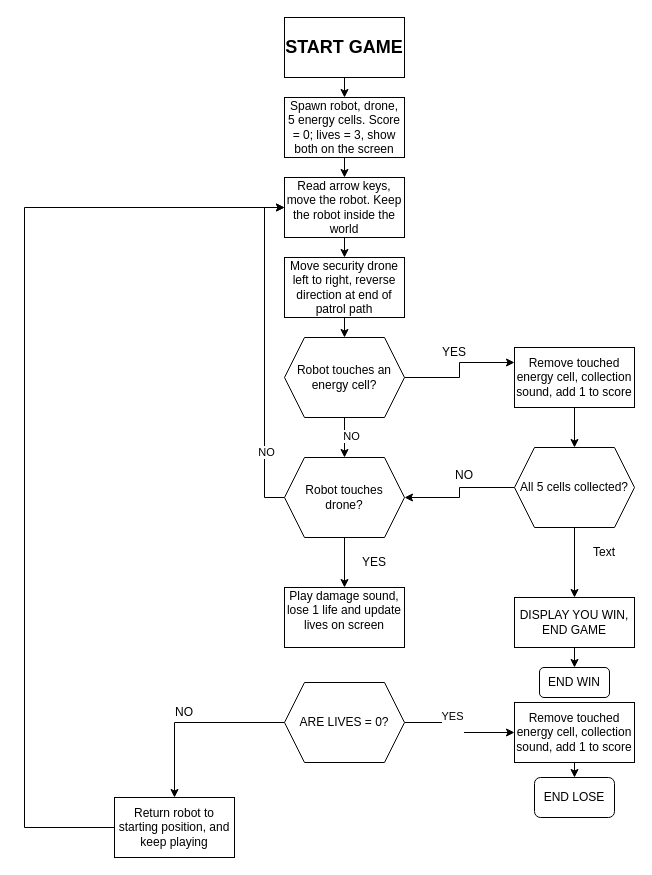
Earlier version of the draw.io diagram Static Shift Game .drawio (mandr9697/CSC170). Source tidied: cells renumbered, new cells numbered last; positions are measured from the earlier drawing's top-left corner, leaving out a move shared by most shapes. Both pictures are drawn from the tidied source at 100%, with x=0, y=0 at pixel (24, 17).
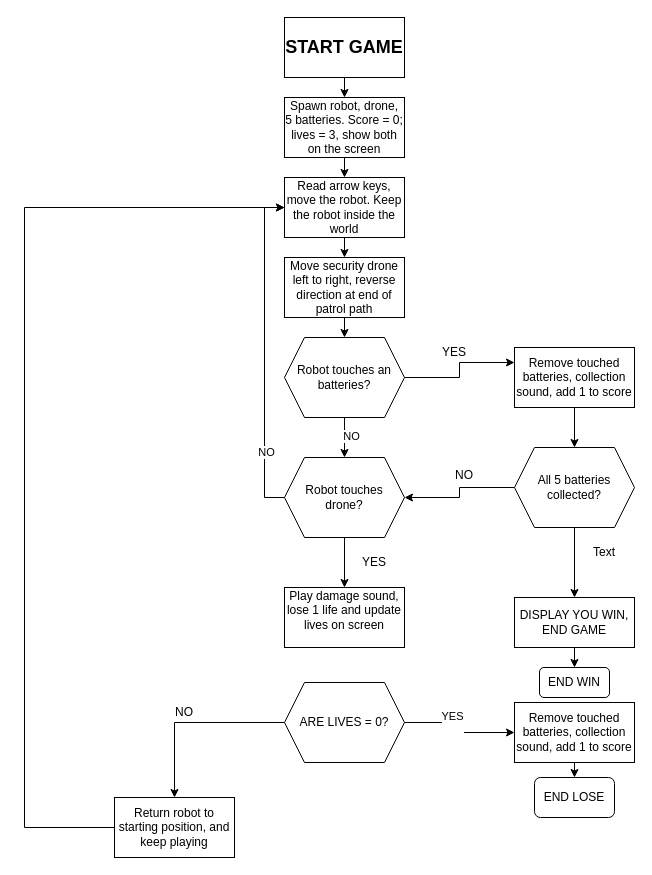
The same diagram, later.

Change to the diagram source:
```diff
@@
-    <mxCell id="5" value="Spawn robot, drone, 5 energy cells. Score = 0; lives = 3, show both on the screen" style="whiteSpace=wrap;html=1;" parent="1" vertex="1">
+    <mxCell id="5" value="Spawn robot, drone, 5 batteries. Score = 0; lives = 3, show both on the screen" style="whiteSpace=wrap;html=1;" parent="1" vertex="1">
       <mxGeometry x="260" y="80" width="120" height="60" as="geometry" />
     </mxCell>
@@
-    <mxCell id="13" value="Robot touches an energy cell?" style="shape=hexagon;perimeter=hexagonPerimeter2;whiteSpace=wrap;html=1;shapeInside=1;fixedSize=1;" parent="1" vertex="1">
+    <mxCell id="13" value="Robot touches an batteries?" style="shape=hexagon;perimeter=hexagonPerimeter2;whiteSpace=wrap;html=1;shapeInside=1;fixedSize=1;" parent="1" vertex="1">
       <mxGeometry x="260" y="320" width="120" height="80" as="geometry" />
     </mxCell>
@@
-    <mxCell id="19" value="Remove touched energy cell, collection sound, add 1 to score" style="whiteSpace=wrap;html=1;" parent="1" vertex="1">
+    <mxCell id="19" value="Remove touched batteries, collection sound, add 1 to score" style="whiteSpace=wrap;html=1;" parent="1" vertex="1">
       <mxGeometry x="490" y="330" width="120" height="60" as="geometry" />
     </mxCell>
@@
-    <mxCell id="24" value="All 5 cells collected?" style="shape=hexagon;perimeter=hexagonPerimeter2;whiteSpace=wrap;html=1;shapeInside=1;fixedSize=1;" parent="1" vertex="1">
+    <mxCell id="24" value="All 5 batteries collected?" style="shape=hexagon;perimeter=hexagonPerimeter2;whiteSpace=wrap;html=1;shapeInside=1;fixedSize=1;" parent="1" vertex="1">
       <mxGeometry x="490" y="430" width="120" height="80" as="geometry" />
     </mxCell>
@@
-    <mxCell id="36" value="Remove touched energy cell, collection sound, add 1 to score" style="whiteSpace=wrap;html=1;" parent="1" vertex="1">
+    <mxCell id="36" value="Remove touched batteries, collection sound, add 1 to score" style="whiteSpace=wrap;html=1;" parent="1" vertex="1">
       <mxGeometry x="490" y="685" width="120" height="60" as="geometry" />
     </mxCell>
```
